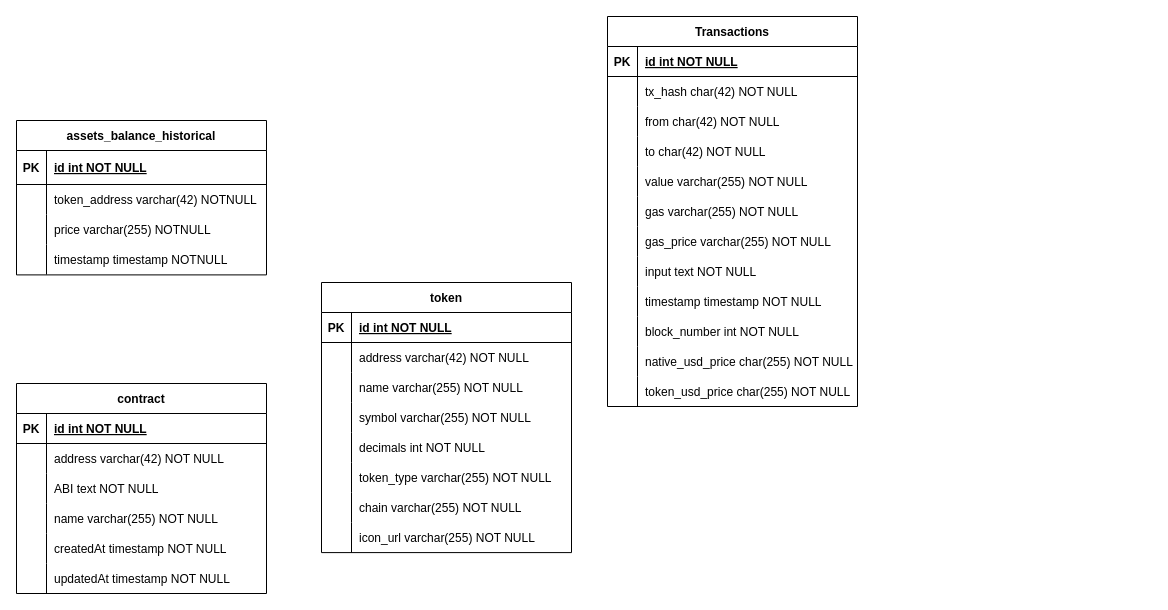
Above: db.drawio in trinhthinh388/my-assets-be (draw.io), before the change. Source tidied: cells renumbered, new cells numbered last; positions are measured from the earlier drawing's top-left corner, leaving out a move shared by most shapes. Both pictures are drawn from the tidied source at 100%, with x=0, y=0 at pixel (16, 16).
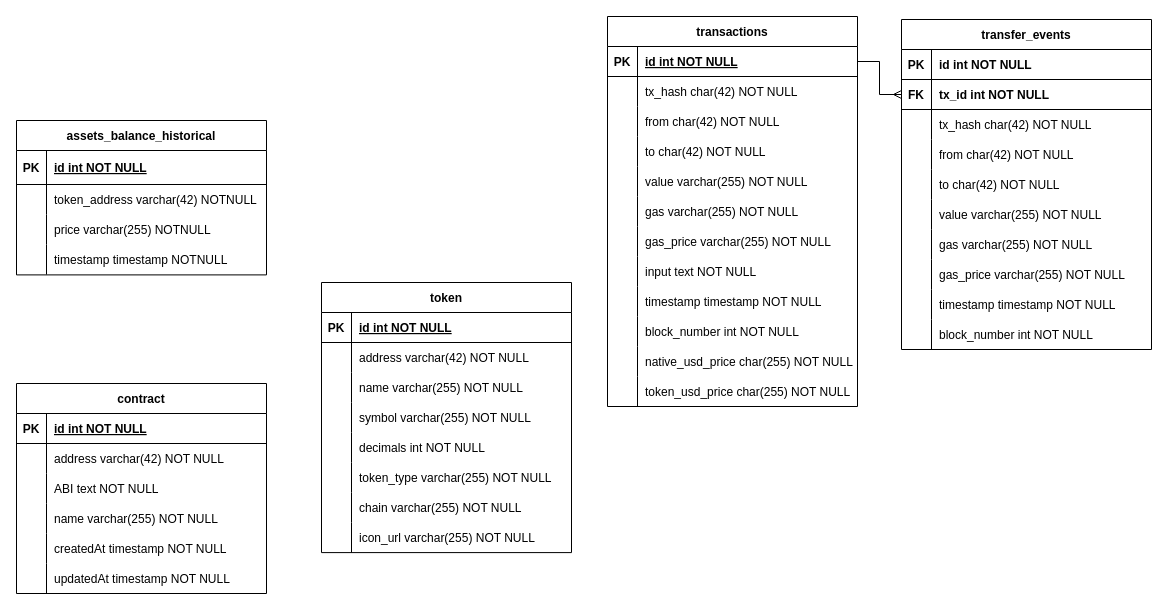
The same page after the edit.

The change refers to these unchanged cells:
```xml
<mxCell id="3" style="shape=partialRectangle;fillColor=none;points=[[0,0.5],[1,0.5]];portConstraint=eastwest;top=0;left=0;right=0;bottom=1;" parent="2" vertex="1">
  <mxGeometry y="30" width="250" height="30" as="geometry" />
</mxCell>
```

Change to the diagram source:
```diff
@@
-    <mxCell id="2" value="Transactions" style="shape=table;startSize=30;childLayout=tableLayout;rowLines=0;fontStyle=1;align=center;" parent="1" vertex="1">
+    <mxCell id="2" value="transactions" style="shape=table;startSize=30;childLayout=tableLayout;rowLines=0;fontStyle=1;align=center;" parent="1" vertex="1">
       <mxGeometry x="591" width="250" height="390" as="geometry" />
     </mxCell>
@@
+    <mxCell id="96" value="transfer_events" style="shape=table;startSize=30;childLayout=tableLayout;rowLines=0;fontStyle=1;align=center;" parent="1" vertex="1">
+      <mxGeometry x="885" y="3" width="250" height="330" as="geometry" />
+    </mxCell>
+    <mxCell id="97" style="shape=partialRectangle;fillColor=none;top=0;left=0;right=0;bottom=1;" parent="96" vertex="1">
+      <mxGeometry y="30" width="250" height="30" as="geometry" />
+    </mxCell>
+    <mxCell id="98" value="PK" style="shape=partialRectangle;overflow=hidden;fillColor=none;top=0;left=0;bottom=0;right=0;fontStyle=1;" parent="97" vertex="1">
+      <mxGeometry width="30" height="30" as="geometry" />
+    </mxCell>
+    <mxCell id="99" value="id int NOT NULL " style="shape=partialRectangle;overflow=hidden;fillColor=none;top=0;left=0;bottom=0;right=0;align=left;spacingLeft=6;fontStyle=1;" parent="97" vertex="1">
+      <mxGeometry x="30" width="220" height="30" as="geometry" />
+    </mxCell>
+    <mxCell id="100" style="shape=partialRectangle;fillColor=none;points=[[0,0.5],[1,0.5]];portConstraint=eastwest;top=0;left=0;right=0;bottom=1;" parent="96" vertex="1">
+      <mxGeometry y="60" width="250" height="30" as="geometry" />
+    </mxCell>
+    <mxCell id="101" value="FK" style="shape=partialRectangle;overflow=hidden;fillColor=none;top=0;left=0;bottom=0;right=0;fontStyle=1;" parent="100" vertex="1">
+      <mxGeometry width="30" height="30" as="geometry" />
+    </mxCell>
+    <mxCell id="102" value="tx_id int NOT NULL " style="shape=partialRectangle;overflow=hidden;fillColor=none;top=0;left=0;bottom=0;right=0;align=left;spacingLeft=6;fontStyle=1;" parent="100" vertex="1">
+      <mxGeometry x="30" width="220" height="30" as="geometry" />
+    </mxCell>
+    <mxCell id="103" style="shape=partialRectangle;fillColor=none;top=0;left=0;right=0;bottom=0;" parent="96" vertex="1">
+      <mxGeometry y="90" width="250" height="30" as="geometry" />
+    </mxCell>
+    <mxCell id="104" style="shape=partialRectangle;overflow=hidden;fillColor=none;top=0;left=0;bottom=0;right=0;" parent="103" vertex="1">
+      <mxGeometry width="30" height="30" as="geometry" />
+    </mxCell>
+    <mxCell id="105" value="tx_hash char(42) NOT NULL" style="shape=partialRectangle;overflow=hidden;fillColor=none;top=0;left=0;bottom=0;right=0;align=left;spacingLeft=6;" parent="103" vertex="1">
+      <mxGeometry x="30" width="220" height="30" as="geometry" />
+    </mxCell>
+    <mxCell id="106" style="shape=partialRectangle;fillColor=none;top=0;left=0;right=0;bottom=0;" parent="96" vertex="1">
+      <mxGeometry y="120" width="250" height="30" as="geometry" />
+    </mxCell>
+    <mxCell id="107" style="shape=partialRectangle;overflow=hidden;fillColor=none;top=0;left=0;bottom=0;right=0;" parent="106" vertex="1">
+      <mxGeometry width="30" height="30" as="geometry" />
+    </mxCell>
+    <mxCell id="108" value="from char(42) NOT NULL" style="shape=partialRectangle;overflow=hidden;fillColor=none;top=0;left=0;bottom=0;right=0;align=left;spacingLeft=6;" parent="106" vertex="1">
+      <mxGeometry x="30" width="220" height="30" as="geometry" />
+    </mxCell>
+    <mxCell id="109" style="shape=partialRectangle;fillColor=none;top=0;left=0;right=0;bottom=0;" parent="96" vertex="1">
+      <mxGeometry y="150" width="250" height="30" as="geometry" />
+    </mxCell>
+    <mxCell id="110" style="shape=partialRectangle;overflow=hidden;fillColor=none;top=0;left=0;bottom=0;right=0;" parent="109" vertex="1">
+      <mxGeometry width="30" height="30" as="geometry" />
+    </mxCell>
+    <mxCell id="111" value="to char(42) NOT NULL" style="shape=partialRectangle;overflow=hidden;fillColor=none;top=0;left=0;bottom=0;right=0;align=left;spacingLeft=6;" parent="109" vertex="1">
+      <mxGeometry x="30" width="220" height="30" as="geometry" />
+    </mxCell>
+    <mxCell id="112" style="shape=partialRectangle;fillColor=none;top=0;left=0;right=0;bottom=0;" parent="96" vertex="1">
+      <mxGeometry y="180" width="250" height="30" as="geometry" />
+    </mxCell>
+    <mxCell id="113" style="shape=partialRectangle;overflow=hidden;fillColor=none;top=0;left=0;bottom=0;right=0;" parent="112" vertex="1">
+      <mxGeometry width="30" height="30" as="geometry" />
+    </mxCell>
+    <mxCell id="114" value="value varchar(255) NOT NULL" style="shape=partialRectangle;overflow=hidden;fillColor=none;top=0;left=0;bottom=0;right=0;align=left;spacingLeft=6;" parent="112" vertex="1">
+      <mxGeometry x="30" width="220" height="30" as="geometry" />
+    </mxCell>
+    <mxCell id="115" style="shape=partialRectangle;fillColor=none;top=0;left=0;right=0;bottom=0;" parent="96" vertex="1">
+      <mxGeometry y="210" width="250" height="30" as="geometry" />
+    </mxCell>
+    <mxCell id="116" style="shape=partialRectangle;overflow=hidden;fillColor=none;top=0;left=0;bottom=0;right=0;" parent="115" vertex="1">
+      <mxGeometry width="30" height="30" as="geometry" />
+    </mxCell>
+    <mxCell id="117" value="gas varchar(255) NOT NULL" style="shape=partialRectangle;overflow=hidden;fillColor=none;top=0;left=0;bottom=0;right=0;align=left;spacingLeft=6;" parent="115" vertex="1">
+      <mxGeometry x="30" width="220" height="30" as="geometry" />
+    </mxCell>
+    <mxCell id="118" style="shape=partialRectangle;fillColor=none;top=0;left=0;right=0;bottom=0;" parent="96" vertex="1">
+      <mxGeometry y="240" width="250" height="30" as="geometry" />
+    </mxCell>
+    <mxCell id="119" style="shape=partialRectangle;overflow=hidden;fillColor=none;top=0;left=0;bottom=0;right=0;" parent="118" vertex="1">
+      <mxGeometry width="30" height="30" as="geometry" />
+    </mxCell>
+    <mxCell id="120" value="gas_price varchar(255) NOT NULL" style="shape=partialRectangle;overflow=hidden;fillColor=none;top=0;left=0;bottom=0;right=0;align=left;spacingLeft=6;" parent="118" vertex="1">
+      <mxGeometry x="30" width="220" height="30" as="geometry" />
+    </mxCell>
+    <mxCell id="121" style="shape=partialRectangle;fillColor=none;top=0;left=0;right=0;bottom=0;" parent="96" vertex="1">
+      <mxGeometry y="270" width="250" height="30" as="geometry" />
+    </mxCell>
+    <mxCell id="122" style="shape=partialRectangle;overflow=hidden;fillColor=none;top=0;left=0;bottom=0;right=0;" parent="121" vertex="1">
+      <mxGeometry width="30" height="30" as="geometry" />
+    </mxCell>
+    <mxCell id="123" value="timestamp timestamp NOT NULL" style="shape=partialRectangle;overflow=hidden;fillColor=none;top=0;left=0;bottom=0;right=0;align=left;spacingLeft=6;" parent="121" vertex="1">
+      <mxGeometry x="30" width="220" height="30" as="geometry" />
+    </mxCell>
+    <mxCell id="124" style="shape=partialRectangle;fillColor=none;top=0;left=0;right=0;bottom=0;" parent="96" vertex="1">
+      <mxGeometry y="300" width="250" height="30" as="geometry" />
+    </mxCell>
+    <mxCell id="125" style="shape=partialRectangle;overflow=hidden;fillColor=none;top=0;left=0;bottom=0;right=0;" parent="124" vertex="1">
+      <mxGeometry width="30" height="30" as="geometry" />
+    </mxCell>
+    <mxCell id="126" value="block_number int NOT NULL" style="shape=partialRectangle;overflow=hidden;fillColor=none;top=0;left=0;bottom=0;right=0;align=left;spacingLeft=6;" parent="124" vertex="1">
+      <mxGeometry x="30" width="220" height="30" as="geometry" />
+    </mxCell>
+    <mxCell id="127" style="edgeStyle=orthogonalEdgeStyle;rounded=0;jettySize=auto;html=1;entryX=0;entryY=0.5;entryDx=0;entryDy=0;endArrow=ERmany;endFill=0;" parent="1" edge="1" source="3" target="100">
+      <mxGeometry relative="1" as="geometry" />
+    </mxCell>
```
